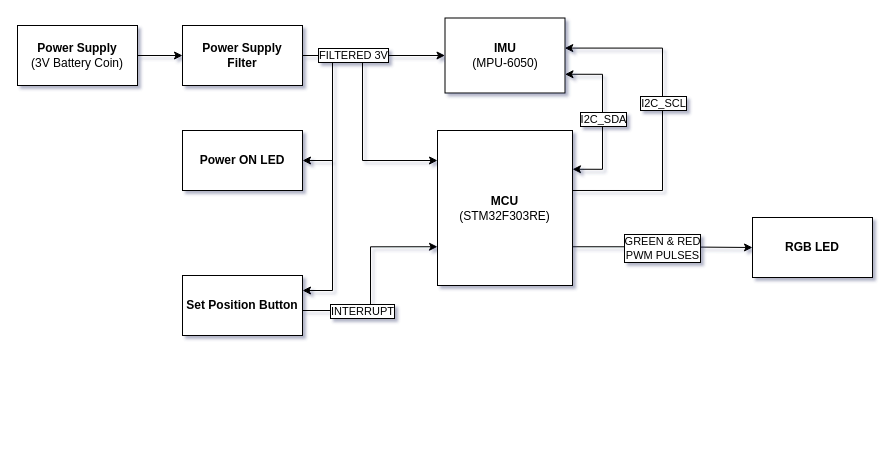
Before: etc/vertapFlowchart.drawio in taldabba/Vertap, a draw.io diagram. Source tidied: cells renumbered, new cells numbered last; positions are measured from the earlier drawing's top-left corner, leaving out a move shared by most shapes. Both pictures are drawn from the tidied source at 100%, with x=0, y=0 at pixel (17, 17).
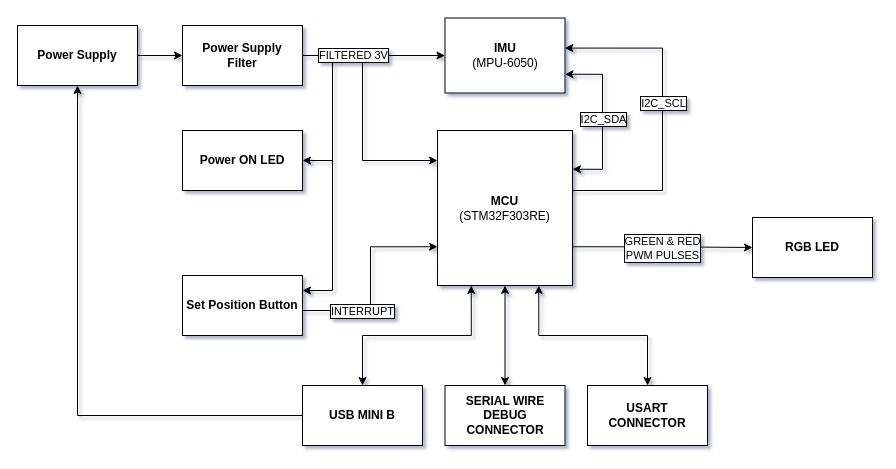
Above is the later version.

The change refers to these unchanged cells:
```xml
<mxCell id="17" value="&lt;b&gt;MCU &lt;/b&gt;&lt;br&gt;(STM32F303RE)" style="rounded=0;whiteSpace=wrap;html=1;" parent="1" vertex="1">
  <mxGeometry x="420" y="113" width="135" height="155" as="geometry" />
</mxCell>
```

Diff of the diagram source:
```diff
@@
-    <mxCell id="4" value="Power Supply&lt;br&gt;&lt;span style=&quot;font-weight: normal;&quot;&gt;(3V Battery Coin)&lt;/span&gt;" style="rounded=0;whiteSpace=wrap;html=1;fontStyle=1;" parent="1" vertex="1">
+    <mxCell id="4" value="Power Supply" style="rounded=0;whiteSpace=wrap;html=1;fontStyle=1;" parent="1" vertex="1">
       <mxGeometry y="8" width="120" height="60" as="geometry" />
     </mxCell>
@@
+    <mxCell id="23" style="edgeStyle=orthogonalEdgeStyle;rounded=0;jettySize=auto;html=1;exitX=0;exitY=0.5;exitDx=0;exitDy=0;entryX=0.5;entryY=1;entryDx=0;entryDy=0;" parent="1" edge="1" source="25" target="4">
+      <mxGeometry relative="1" as="geometry" />
+    </mxCell>
+    <mxCell id="24" style="edgeStyle=orthogonalEdgeStyle;rounded=0;jettySize=auto;html=1;exitX=0.5;exitY=0;exitDx=0;exitDy=0;entryX=0.25;entryY=1;entryDx=0;entryDy=0;startArrow=classic;startFill=1;" parent="1" edge="1" source="25" target="17">
+      <mxGeometry relative="1" as="geometry" />
+    </mxCell>
+    <mxCell id="25" value="USB MINI B" style="rounded=0;whiteSpace=wrap;html=1;fontStyle=1;" parent="1" vertex="1">
+      <mxGeometry x="285" y="368" width="120" height="60" as="geometry" />
+    </mxCell>
+    <mxCell id="26" style="edgeStyle=orthogonalEdgeStyle;rounded=0;jettySize=auto;html=1;exitX=0.5;exitY=0;exitDx=0;exitDy=0;entryX=0.5;entryY=1;entryDx=0;entryDy=0;endArrow=classic;endFill=1;startArrow=classic;startFill=1;" parent="1" edge="1" source="27" target="17">
+      <mxGeometry relative="1" as="geometry" />
+    </mxCell>
+    <mxCell id="27" value="SERIAL WIRE DEBUG CONNECTOR" style="rounded=0;whiteSpace=wrap;html=1;fontStyle=1;" parent="1" vertex="1">
+      <mxGeometry x="427.5" y="368" width="120" height="60" as="geometry" />
+    </mxCell>
+    <mxCell id="28" style="edgeStyle=orthogonalEdgeStyle;rounded=0;jettySize=auto;html=1;exitX=0.5;exitY=0;exitDx=0;exitDy=0;entryX=0.75;entryY=1;entryDx=0;entryDy=0;startArrow=classic;startFill=1;" parent="1" edge="1" source="29" target="17">
+      <mxGeometry relative="1" as="geometry" />
+    </mxCell>
+    <mxCell id="29" value="USART CONNECTOR" style="rounded=0;whiteSpace=wrap;html=1;fontStyle=1;" parent="1" vertex="1">
+      <mxGeometry x="570" y="368" width="120" height="60" as="geometry" />
+    </mxCell>
```
